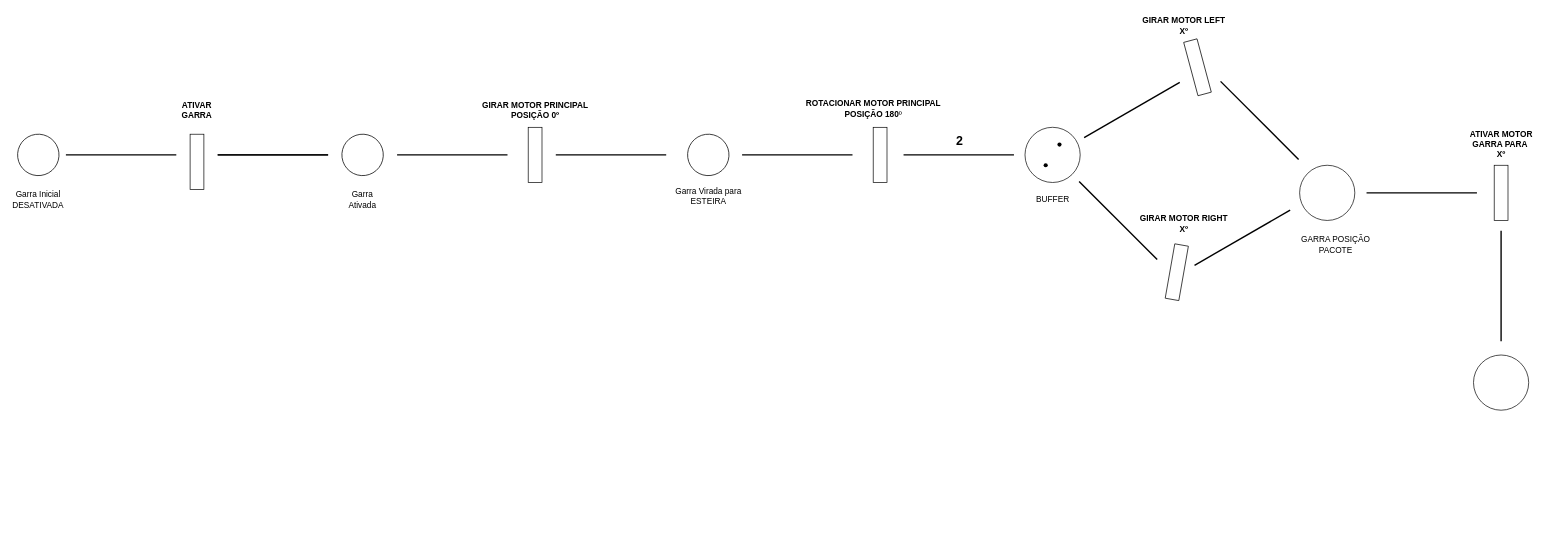
Earlier version of the draw.io diagram Rede_Petri_Braco_Robotico.drawio (ShellyLeal05/ThiagoCamara_ShellyLeal_SistemasEmbarcados_2023). Source tidied: cells renumbered, new cells numbered last; positions are measured from the earlier drawing's top-left corner, leaving out a move shared by most shapes. Both pictures are drawn from the tidied source at 69%, with x=0, y=0 at pixel (17, 12).
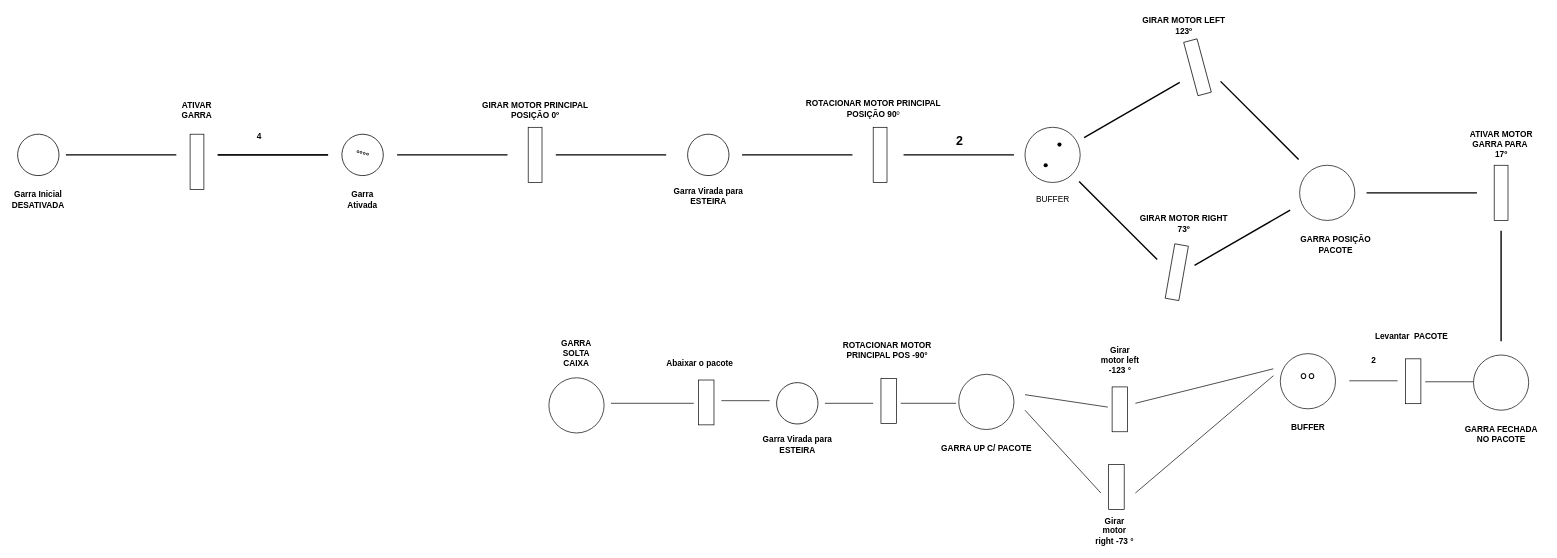
The same diagram, later.

Diff of the diagram source:
```diff
@@
-    <mxCell id="3" value="Garra Inicial&lt;br&gt;DESATIVADA" style="text;html=1;strokeColor=none;fillColor=none;align=center;verticalAlign=middle;whiteSpace=wrap;rounded=0;" parent="1" vertex="1">
+    <mxCell id="3" value="&lt;b&gt;Garra Inicial&lt;br&gt;DESATIVADA&lt;/b&gt;" style="text;html=1;strokeColor=none;fillColor=none;align=center;verticalAlign=middle;whiteSpace=wrap;rounded=0;" parent="1" vertex="1">
       <mxGeometry y="257" width="60" height="30" as="geometry" />
     </mxCell>
@@
-    <mxCell id="8" style="ellipse;whiteSpace=wrap;html=1;rotation=15;" parent="1" vertex="1">
+    <mxCell id="8" value="&lt;b&gt;°°°°&lt;/b&gt;" style="ellipse;whiteSpace=wrap;html=1;rotation=15;" parent="1" vertex="1">
       <mxGeometry x="470" y="177" width="60" height="60" as="geometry" />
     </mxCell>
-    <mxCell id="9" value="Garra Ativada" style="text;html=1;strokeColor=none;fillColor=none;align=center;verticalAlign=middle;whiteSpace=wrap;rounded=0;" parent="1" vertex="1">
+    <mxCell id="9" value="&lt;b&gt;Garra Ativada&lt;/b&gt;" style="text;html=1;strokeColor=none;fillColor=none;align=center;verticalAlign=middle;whiteSpace=wrap;rounded=0;" parent="1" vertex="1">
       <mxGeometry x="470" y="257" width="60" height="30" as="geometry" />
     </mxCell>
@@
-    <mxCell id="17" value="Garra Virada para&lt;br&gt;ESTEIRA" style="text;html=1;align=center;verticalAlign=middle;strokeColor=none;fillColor=none;" parent="1" vertex="1">
+    <mxCell id="17" value="&lt;b&gt;Garra Virada para&lt;br&gt;ESTEIRA&lt;/b&gt;" style="text;html=1;align=center;verticalAlign=middle;strokeColor=none;fillColor=none;" parent="1" vertex="1">
       <mxGeometry x="941" y="247" width="120" height="40" as="geometry" />
     </mxCell>
@@
-    <mxCell id="19" value="&lt;b&gt;ROTACIONAR MOTOR PRINCIPAL&lt;br&gt;POSIÇÃO 180&lt;/b&gt;º" style="text;html=1;align=center;verticalAlign=middle;strokeColor=none;fillColor=none;" parent="1" vertex="1">
+    <mxCell id="19" value="&lt;b&gt;ROTACIONAR MOTOR PRINCIPAL&lt;br&gt;POSIÇÃO 90&lt;/b&gt;º" style="text;html=1;align=center;verticalAlign=middle;strokeColor=none;fillColor=none;" parent="1" vertex="1">
       <mxGeometry x="1130" y="120" width="220" height="40" as="geometry" />
     </mxCell>
@@
-    <mxCell id="27" value="&lt;b&gt;GIRAR MOTOR LEFT&lt;br&gt;Xº&lt;/b&gt;" style="text;html=1;align=center;verticalAlign=middle;strokeColor=none;fillColor=none;" parent="1" vertex="1">
+    <mxCell id="27" value="&lt;b&gt;GIRAR MOTOR LEFT&lt;br&gt;123º&lt;/b&gt;" style="text;html=1;align=center;verticalAlign=middle;strokeColor=none;fillColor=none;" parent="1" vertex="1">
       <mxGeometry x="1620" width="140" height="40" as="geometry" />
     </mxCell>
@@
-    <mxCell id="30" value="&lt;b&gt;GIRAR MOTOR RIGHT&lt;br&gt;Xº&lt;/b&gt;" style="text;html=1;align=center;verticalAlign=middle;strokeColor=none;fillColor=none;" parent="1" vertex="1">
+    <mxCell id="30" value="&lt;b&gt;GIRAR MOTOR RIGHT&lt;br&gt;73º&lt;/b&gt;" style="text;html=1;align=center;verticalAlign=middle;strokeColor=none;fillColor=none;" parent="1" vertex="1">
       <mxGeometry x="1615" y="287" width="150" height="40" as="geometry" />
     </mxCell>
@@
-    <mxCell id="35" value="GARRA POSIÇÃO&lt;br&gt;PACOTE" style="text;html=1;align=center;verticalAlign=middle;strokeColor=none;fillColor=none;" parent="1" vertex="1">
-      <mxGeometry x="1850" y="317" width="120" height="40" as="geometry" />
+    <mxCell id="35" value="&lt;b&gt;GARRA POSIÇÃO&lt;br&gt;PACOTE&lt;/b&gt;" style="text;html=1;align=center;verticalAlign=middle;strokeColor=none;fillColor=none;" parent="1" vertex="1">
+      <mxGeometry x="1845" y="317" width="130" height="40" as="geometry" />
     </mxCell>
@@
-    <mxCell id="39" value="&lt;b&gt;ATIVAR MOTOR&lt;br&gt;GARRA PARA&amp;nbsp;&lt;br&gt;Xº&lt;/b&gt;" style="text;html=1;align=center;verticalAlign=middle;strokeColor=none;fillColor=none;" parent="1" vertex="1">
+    <mxCell id="39" value="&lt;b&gt;ATIVAR MOTOR&lt;br&gt;GARRA PARA&amp;nbsp;&lt;br&gt;17º&lt;/b&gt;" style="text;html=1;align=center;verticalAlign=middle;strokeColor=none;fillColor=none;" parent="1" vertex="1">
       <mxGeometry x="2095" y="162" width="110" height="60" as="geometry" />
     </mxCell>
@@
+    <mxCell id="41" value="GARRA FECHADA&lt;br&gt;NO PACOTE" style="text;html=1;align=center;verticalAlign=middle;strokeColor=none;fillColor=none;fontStyle=1;" parent="1" vertex="1">
+      <mxGeometry x="2085" y="592" width="130" height="40" as="geometry" />
+    </mxCell>
+    <mxCell id="42" value="2" style="text;html=1;align=center;verticalAlign=middle;strokeColor=none;fillColor=none;fontStyle=1;" parent="1" vertex="1">
+      <mxGeometry x="1950" y="490" width="30" height="30" as="geometry" />
+    </mxCell>
+    <mxCell id="43" value="&lt;font style=&quot;font-size: 29px;&quot;&gt;°°&lt;/font&gt;" style="ellipse;whiteSpace=wrap;html=1;" parent="1" vertex="1">
+      <mxGeometry x="1830" y="495" width="80" height="80" as="geometry" />
+    </mxCell>
+    <mxCell id="44" value="BUFFER" style="text;html=1;align=center;verticalAlign=middle;strokeColor=none;fillColor=none;fontStyle=1;" parent="1" vertex="1">
+      <mxGeometry x="1835" y="587" width="70" height="30" as="geometry" />
+    </mxCell>
+    <mxCell id="45" style="endArrow=none;html=1;rounded=0;" parent="1" edge="1">
+      <mxGeometry relative="1" as="geometry">
+        <mxPoint x="1620" y="567" as="sourcePoint" />
+        <mxPoint x="1820" y="517" as="targetPoint" />
+      </mxGeometry>
+    </mxCell>
+    <mxCell id="46" style="endArrow=none;html=1;rounded=0;" parent="1" edge="1">
+      <mxGeometry relative="1" as="geometry">
+        <mxPoint x="1620" y="697" as="sourcePoint" />
+        <mxPoint x="1820" y="527" as="targetPoint" />
+      </mxGeometry>
+    </mxCell>
+    <mxCell id="47" style="rounded=0;whiteSpace=wrap;html=1;rotation=90;" parent="1" vertex="1">
+      <mxGeometry x="1565" y="564.5" width="65" height="22.5" as="geometry" />
+    </mxCell>
+    <mxCell id="48" style="rounded=0;whiteSpace=wrap;html=1;rotation=90;" parent="1" vertex="1">
+      <mxGeometry x="1560" y="677" width="65" height="22.5" as="geometry" />
+    </mxCell>
+    <mxCell id="49" value="Girar motor right -73 °" style="text;html=1;strokeColor=none;fillColor=none;align=center;verticalAlign=middle;whiteSpace=wrap;rounded=0;fontStyle=1;" parent="1" vertex="1">
+      <mxGeometry x="1560" y="737" width="60" height="30" as="geometry" />
+    </mxCell>
+    <mxCell id="50" value="Girar motor left -123 °" style="text;html=1;strokeColor=none;fillColor=none;align=center;verticalAlign=middle;whiteSpace=wrap;rounded=0;fontStyle=1;" parent="1" vertex="1">
+      <mxGeometry x="1567.5" y="490" width="60" height="30" as="geometry" />
+    </mxCell>
+    <mxCell id="51" style="endArrow=none;html=1;rounded=0;" parent="1" edge="1">
+      <mxGeometry relative="1" as="geometry">
+        <mxPoint x="1460" y="554.5" as="sourcePoint" />
+        <mxPoint x="1580" y="572.5" as="targetPoint" />
+      </mxGeometry>
+    </mxCell>
+    <mxCell id="52" style="endArrow=none;html=1;rounded=0;" parent="1" edge="1">
+      <mxGeometry relative="1" as="geometry">
+        <mxPoint x="1460" y="577" as="sourcePoint" />
+        <mxPoint x="1570" y="697" as="targetPoint" />
+      </mxGeometry>
+    </mxCell>
+    <mxCell id="53" style="ellipse;whiteSpace=wrap;html=1;" parent="1" vertex="1">
+      <mxGeometry x="1364" y="525" width="80" height="80" as="geometry" />
+    </mxCell>
+    <mxCell id="54" value="GARRA UP C/ PACOTE" style="text;html=1;align=center;verticalAlign=middle;strokeColor=none;fillColor=none;fontStyle=1;" parent="1" vertex="1">
+      <mxGeometry x="1329" y="617" width="150" height="30" as="geometry" />
+    </mxCell>
+    <mxCell id="55" style="endArrow=none;html=1;rounded=0;" parent="1" edge="1">
+      <mxGeometry relative="1" as="geometry">
+        <mxPoint x="1280" y="567" as="sourcePoint" />
+        <mxPoint x="1360" y="567" as="targetPoint" />
+      </mxGeometry>
+    </mxCell>
+    <mxCell id="56" style="rounded=0;whiteSpace=wrap;html=1;rotation=90;" parent="1" vertex="1">
+      <mxGeometry x="1230" y="552.5" width="65" height="22.5" as="geometry" />
+    </mxCell>
+    <mxCell id="57" style="endArrow=none;html=1;rounded=0;" parent="1" edge="1">
+      <mxGeometry relative="1" as="geometry">
+        <mxPoint x="1240" y="567" as="sourcePoint" />
+        <mxPoint x="1170" y="567" as="targetPoint" />
+      </mxGeometry>
+    </mxCell>
+    <mxCell id="58" value="&lt;b&gt;ROTACIONAR MOTOR &lt;br&gt;PRINCIPAL POS -90°&lt;/b&gt;" style="text;html=1;align=center;verticalAlign=middle;strokeColor=none;fillColor=none;" parent="1" vertex="1">
+      <mxGeometry x="1185" y="470" width="150" height="40" as="geometry" />
+    </mxCell>
+    <mxCell id="59" style="ellipse;whiteSpace=wrap;html=1;rotation=15;" parent="1" vertex="1">
+      <mxGeometry x="1100" y="537" width="60" height="60" as="geometry" />
+    </mxCell>
+    <mxCell id="60" value="Garra Virada para&lt;br&gt;ESTEIRA" style="text;html=1;align=center;verticalAlign=middle;strokeColor=none;fillColor=none;fontStyle=1;" parent="1" vertex="1">
+      <mxGeometry x="1070" y="607" width="120" height="40" as="geometry" />
+    </mxCell>
+    <mxCell id="61" style="rounded=0;whiteSpace=wrap;html=1;rotation=90;" parent="1" vertex="1">
+      <mxGeometry x="965.5" y="554.5" width="65" height="22.5" as="geometry" />
+    </mxCell>
+    <mxCell id="62" style="endArrow=none;html=1;rounded=0;" parent="1" edge="1">
+      <mxGeometry relative="1" as="geometry">
+        <mxPoint x="1090" y="563.2" as="sourcePoint" />
+        <mxPoint x="1020" y="563.2" as="targetPoint" />
+      </mxGeometry>
+    </mxCell>
+    <mxCell id="63" value="Abaixar o pacote&amp;nbsp;" style="text;html=1;align=center;verticalAlign=middle;strokeColor=none;fillColor=none;fontStyle=1;" parent="1" vertex="1">
+      <mxGeometry x="930" y="495" width="120" height="30" as="geometry" />
+    </mxCell>
+    <mxCell id="64" style="rounded=0;whiteSpace=wrap;html=1;rotation=90;" parent="1" vertex="1">
+      <mxGeometry x="1990" y="523.8" width="65" height="22.5" as="geometry" />
+    </mxCell>
+    <mxCell id="65" style="endArrow=none;html=1;rounded=0;" parent="1" edge="1">
+      <mxGeometry relative="1" as="geometry">
+        <mxPoint x="2110" y="535.8" as="sourcePoint" />
+        <mxPoint x="2040" y="535.8" as="targetPoint" />
+      </mxGeometry>
+    </mxCell>
+    <mxCell id="66" style="endArrow=none;html=1;rounded=0;" parent="1" edge="1">
+      <mxGeometry relative="1" as="geometry">
+        <mxPoint x="2000" y="534.4" as="sourcePoint" />
+        <mxPoint x="1930" y="534.4" as="targetPoint" />
+      </mxGeometry>
+    </mxCell>
+    <mxCell id="67" value="&lt;b&gt;Levantar&amp;nbsp; PACOTE&lt;/b&gt;" style="text;html=1;align=center;verticalAlign=middle;strokeColor=none;fillColor=none;" parent="1" vertex="1">
+      <mxGeometry x="1955" y="455" width="130" height="30" as="geometry" />
+    </mxCell>
+    <mxCell id="68" style="ellipse;whiteSpace=wrap;html=1;" parent="1" vertex="1">
+      <mxGeometry x="770" y="530" width="80" height="80" as="geometry" />
+    </mxCell>
+    <mxCell id="69" style="endArrow=none;html=1;rounded=0;" parent="1" edge="1">
+      <mxGeometry relative="1" as="geometry">
+        <mxPoint x="860" y="567" as="sourcePoint" />
+        <mxPoint x="980" y="567" as="targetPoint" />
+      </mxGeometry>
+    </mxCell>
+    <mxCell id="70" value="&lt;b&gt;4&lt;/b&gt;" style="text;html=1;align=center;verticalAlign=middle;strokeColor=none;fillColor=none;" parent="1" vertex="1">
+      <mxGeometry x="335" y="165" width="30" height="30" as="geometry" />
+    </mxCell>
+    <mxCell id="71" value="&lt;b&gt;GARRA SOLTA&lt;br&gt;CAIXA&lt;/b&gt;" style="text;html=1;strokeColor=none;fillColor=none;align=center;verticalAlign=middle;whiteSpace=wrap;rounded=0;" parent="1" vertex="1">
+      <mxGeometry x="780" y="480" width="60" height="30" as="geometry" />
+    </mxCell>
```
